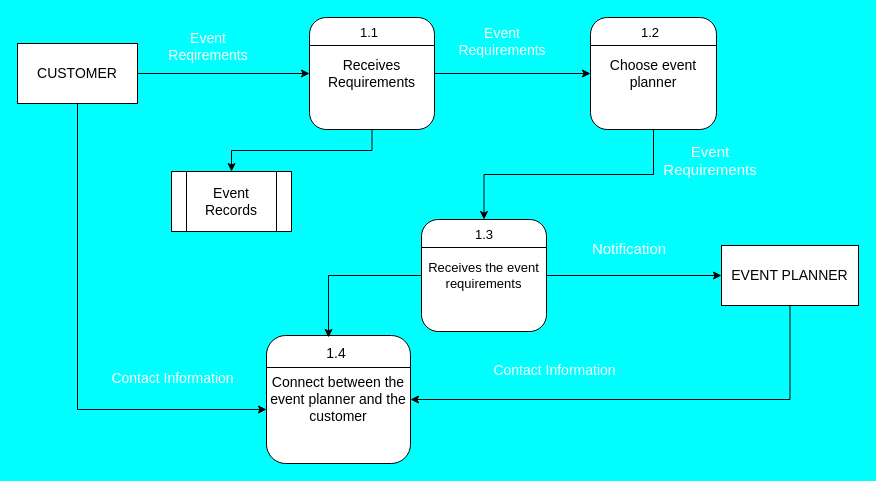
The draw.io diagram page "Page-3" (3 of 9) of Untitled Diagram.drawio in Thuo001/ISProposal, before the edit. Source tidied: cells renumbered, new cells numbered last; positions are measured from the earlier drawing's top-left corner, leaving out a move shared by most shapes. Both pictures are drawn from the tidied source at 100%, with x=0, y=0 at pixel (17, 17).
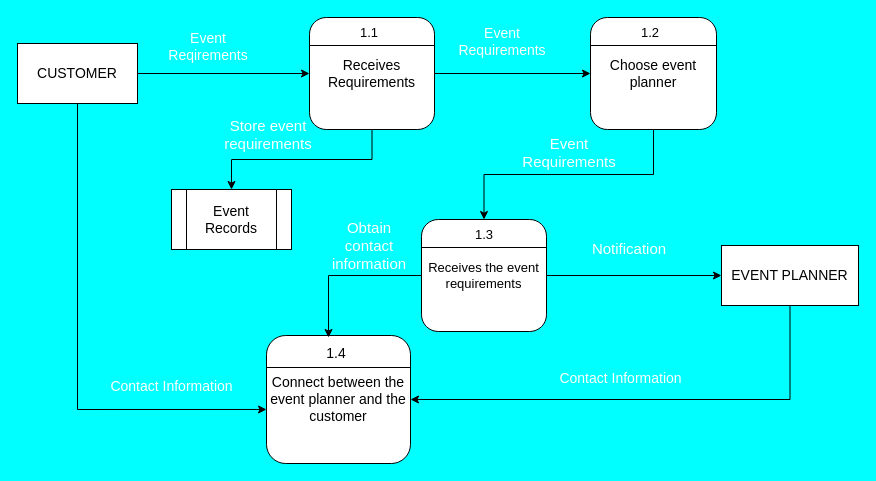
Above is the later version.

What changed in the source:
```diff
@@
     <mxCell id="9" value="&lt;font style=&quot;font-size: 14px;&quot;&gt;Event Records&lt;/font&gt;" style="shape=process;whiteSpace=wrap;html=1;backgroundOutline=1;size=0.125;" parent="1" vertex="1">
-      <mxGeometry x="154" y="154" width="120" height="60" as="geometry" />
+      <mxGeometry x="154" y="172" width="120" height="60" as="geometry" />
     </mxCell>
@@
     <mxCell id="22" value="&lt;font color=&quot;#ffffff&quot; style=&quot;font-size: 15px;&quot;&gt;Event Requirements&lt;/font&gt;" style="text;html=1;strokeColor=none;fillColor=none;align=center;verticalAlign=middle;whiteSpace=wrap;rounded=0;" parent="1" vertex="1">
-      <mxGeometry x="663" y="128" width="60" height="30" as="geometry" />
+      <mxGeometry x="522" y="120" width="60" height="30" as="geometry" />
     </mxCell>
@@
     <mxCell id="27" value="&lt;font color=&quot;#ffffff&quot; style=&quot;font-size: 14px;&quot;&gt;Contact Information&lt;/font&gt;" style="text;html=1;strokeColor=none;fillColor=none;align=center;verticalAlign=middle;whiteSpace=wrap;rounded=0;" parent="1" vertex="1">
-      <mxGeometry x="463" y="338" width="149" height="30" as="geometry" />
+      <mxGeometry x="529" y="346" width="149" height="30" as="geometry" />
     </mxCell>
@@
     <mxCell id="29" value="&lt;font color=&quot;#ffffff&quot; style=&quot;font-size: 14px;&quot;&gt;Contact Information&lt;/font&gt;" style="text;html=1;strokeColor=none;fillColor=none;align=center;verticalAlign=middle;whiteSpace=wrap;rounded=0;" parent="1" vertex="1">
-      <mxGeometry x="81" y="346" width="149" height="30" as="geometry" />
+      <mxGeometry x="80" y="354" width="149" height="30" as="geometry" />
     </mxCell>
@@
+    <mxCell id="31" value="&lt;font color=&quot;#ffffff&quot; style=&quot;font-size: 15px;&quot;&gt;Store event requirements&lt;/font&gt;" style="text;html=1;strokeColor=none;fillColor=none;align=center;verticalAlign=middle;whiteSpace=wrap;rounded=0;" parent="1" vertex="1">
+      <mxGeometry x="221" y="102" width="60" height="30" as="geometry" />
+    </mxCell>
+    <mxCell id="32" value="&lt;font color=&quot;#ffffff&quot; style=&quot;font-size: 15px;&quot;&gt;Obtain contact information&lt;/font&gt;" style="text;html=1;strokeColor=none;fillColor=none;align=center;verticalAlign=middle;whiteSpace=wrap;rounded=0;" parent="1" vertex="1">
+      <mxGeometry x="322" y="213" width="60" height="30" as="geometry" />
+    </mxCell>
```
